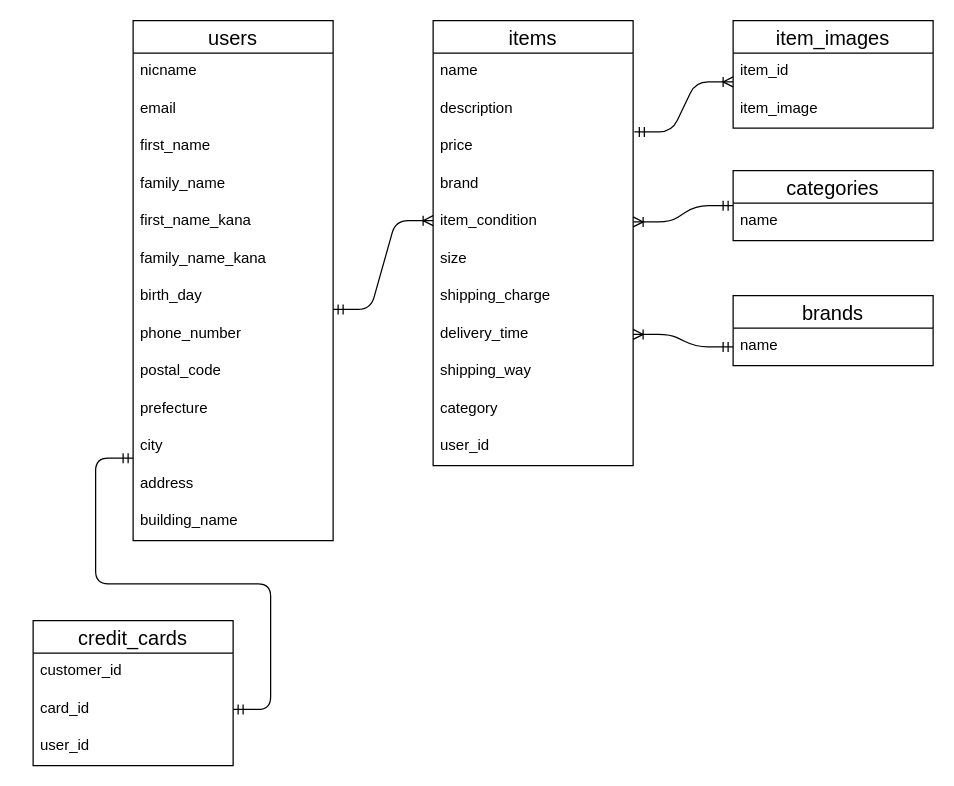
This is ER.dio from pipi-pino/furima-37840, a draw.io file, before an edit. Source tidied: cells renumbered, new cells numbered last; positions are measured from the earlier drawing's top-left corner, leaving out a move shared by most shapes. Both pictures are drawn from the tidied source at 125%, with x=0, y=0 at pixel (32, 20).
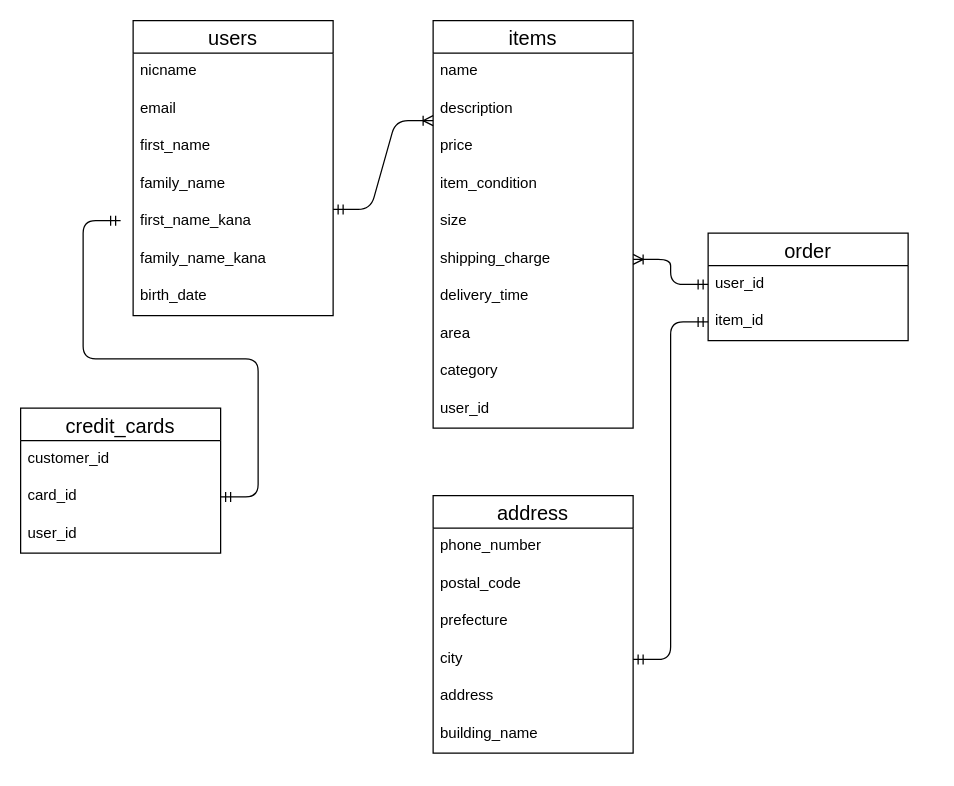
The same page after the edit.

Commit message (it also covers changes not shown here):
テーブルの追加・削除

Unchanged cells that the change refers to:
```xml
<mxCell id="21" value="price" style="text;strokeColor=none;fillColor=none;spacingLeft=4;spacingRight=4;overflow=hidden;points=[[0,0.5],[1,0.5]];portConstraint=eastwest;fontSize=12;" parent="18" vertex="1">
  <mxGeometry y="86" width="160" height="30" as="geometry" />
</mxCell>
<mxCell id="32" value="card_id" style="text;strokeColor=none;fillColor=none;spacingLeft=4;spacingRight=4;overflow=hidden;points=[[0,0.5],[1,0.5]];portConstraint=eastwest;fontSize=12;" parent="30" vertex="1">
  <mxGeometry y="56" width="160" height="30" as="geometry" />
</mxCell>
```

Change to the diagram source:
```diff
@@
     <mxCell id="2" style="edgeStyle=entityRelationEdgeStyle;fontSize=12;html=1;endArrow=ERmandOne;startArrow=ERmandOne;exitX=1;exitY=0.5;exitDx=0;exitDy=0;" parent="1" edge="1" source="32">
       <mxGeometry relative="1" as="geometry">
-        <mxPoint x="80" y="350" as="targetPoint" />
+        <mxPoint x="70" y="160" as="targetPoint" />
       </mxGeometry>
     </mxCell>
     <mxCell id="3" style="edgeStyle=entityRelationEdgeStyle;fontSize=12;html=1;endArrow=ERoneToMany;startArrow=ERmandOne;entryX=0;entryY=0.329;entryDx=0;entryDy=0;entryPerimeter=0;" parent="1" edge="1">
       <mxGeometry relative="1" as="geometry">
-        <mxPoint x="240" y="231" as="sourcePoint" />
-        <mxPoint x="320" y="160" as="targetPoint" />
+        <mxPoint x="240" y="151" as="sourcePoint" />
+        <mxPoint x="320" y="80" as="targetPoint" />
       </mxGeometry>
     </mxCell>
     <mxCell id="4" value="users" style="swimlane;fontStyle=0;horizontal=1;startSize=26;align=center;fontSize=16;" parent="1" vertex="1">
-      <mxGeometry x="80" width="160" height="416" as="geometry" />
+      <mxGeometry x="80" width="160" height="236" as="geometry" />
     </mxCell>
@@
-    <mxCell id="11" value="birth_day" style="text;strokeColor=none;fillColor=none;spacingLeft=4;spacingRight=4;overflow=hidden;fontSize=12;" parent="4" vertex="1">
+    <mxCell id="11" value="birth_date" style="text;strokeColor=none;fillColor=none;spacingLeft=4;spacingRight=4;overflow=hidden;fontSize=12;" parent="4" vertex="1">
       <mxGeometry y="206" width="160" height="30" as="geometry" />
     </mxCell>
-    <mxCell id="12" value="phone_number" style="text;strokeColor=none;fillColor=none;spacingLeft=4;spacingRight=4;overflow=hidden;fontSize=12;" parent="4" vertex="1">
-      <mxGeometry y="236" width="160" height="30" as="geometry" />
-    </mxCell>
-    <mxCell id="13" value="postal_code" style="text;strokeColor=none;fillColor=none;spacingLeft=4;spacingRight=4;overflow=hidden;fontSize=12;" parent="4" vertex="1">
-      <mxGeometry y="266" width="160" height="30" as="geometry" />
-    </mxCell>
-    <mxCell id="14" value="prefecture" style="text;strokeColor=none;fillColor=none;spacingLeft=4;spacingRight=4;overflow=hidden;fontSize=12;" parent="4" vertex="1">
-      <mxGeometry y="296" width="160" height="30" as="geometry" />
-    </mxCell>
-    <mxCell id="15" value="city" style="text;strokeColor=none;fillColor=none;spacingLeft=4;spacingRight=4;overflow=hidden;points=[[0,0.5],[1,0.5]];portConstraint=eastwest;fontSize=12;" parent="4" vertex="1">
-      <mxGeometry y="326" width="160" height="30" as="geometry" />
-    </mxCell>
-    <mxCell id="16" value="address" style="text;strokeColor=none;fillColor=none;spacingLeft=4;spacingRight=4;overflow=hidden;fontSize=12;" parent="4" vertex="1">
-      <mxGeometry y="356" width="160" height="30" as="geometry" />
-    </mxCell>
-    <mxCell id="17" value="building_name" style="text;strokeColor=none;fillColor=none;spacingLeft=4;spacingRight=4;overflow=hidden;fontSize=12;" parent="4" vertex="1">
-      <mxGeometry y="386" width="160" height="30" as="geometry" />
-    </mxCell>
     <mxCell id="18" value="items" style="swimlane;fontStyle=0;horizontal=1;startSize=26;align=center;fontSize=16;" parent="1" vertex="1">
-      <mxGeometry x="320" width="160" height="356" as="geometry" />
+      <mxGeometry x="320" width="160" height="326" as="geometry" />
     </mxCell>
@@
-    <mxCell id="22" value="brand" style="text;strokeColor=none;fillColor=none;spacingLeft=4;spacingRight=4;overflow=hidden;fontSize=12;" parent="18" vertex="1">
-      <mxGeometry y="116" width="160" height="30" as="geometry" />
-    </mxCell>
     <mxCell id="23" value="item_condition" style="text;strokeColor=none;fillColor=none;spacingLeft=4;spacingRight=4;overflow=hidden;points=[[0,0.5],[1,0.5]];portConstraint=eastwest;fontSize=12;" parent="18" vertex="1">
-      <mxGeometry y="146" width="160" height="30" as="geometry" />
+      <mxGeometry y="116" width="160" height="30" as="geometry" />
     </mxCell>
     <mxCell id="24" value="size" style="text;strokeColor=none;fillColor=none;spacingLeft=4;spacingRight=4;overflow=hidden;fontSize=12;" parent="18" vertex="1">
-      <mxGeometry y="176" width="160" height="30" as="geometry" />
+      <mxGeometry y="146" width="160" height="30" as="geometry" />
     </mxCell>
     <mxCell id="25" value="shipping_charge" style="text;strokeColor=none;fillColor=none;spacingLeft=4;spacingRight=4;overflow=hidden;points=[[0,0.5],[1,0.5]];portConstraint=eastwest;fontSize=12;" parent="18" vertex="1">
-      <mxGeometry y="206" width="160" height="30" as="geometry" />
+      <mxGeometry y="176" width="160" height="30" as="geometry" />
     </mxCell>
     <mxCell id="26" value="delivery_time" style="text;strokeColor=none;fillColor=none;spacingLeft=4;spacingRight=4;overflow=hidden;points=[[0,0.5],[1,0.5]];portConstraint=eastwest;fontSize=12;" parent="18" vertex="1">
-      <mxGeometry y="236" width="160" height="30" as="geometry" />
+      <mxGeometry y="206" width="160" height="30" as="geometry" />
     </mxCell>
-    <mxCell id="27" value="shipping_way" style="text;strokeColor=none;fillColor=none;spacingLeft=4;spacingRight=4;overflow=hidden;fontSize=12;" parent="18" vertex="1">
-      <mxGeometry y="266" width="160" height="30" as="geometry" />
+    <mxCell id="27" value="area" style="text;strokeColor=none;fillColor=none;spacingLeft=4;spacingRight=4;overflow=hidden;fontSize=12;" parent="18" vertex="1">
+      <mxGeometry y="236" width="160" height="30" as="geometry" />
     </mxCell>
     <mxCell id="28" value="category" style="text;strokeColor=none;fillColor=none;spacingLeft=4;spacingRight=4;overflow=hidden;fontSize=12;" parent="18" vertex="1">
-      <mxGeometry y="296" width="160" height="30" as="geometry" />
+      <mxGeometry y="266" width="160" height="30" as="geometry" />
     </mxCell>
     <mxCell id="29" value="user_id" style="text;strokeColor=none;fillColor=none;spacingLeft=4;spacingRight=4;overflow=hidden;fontSize=12;" parent="18" vertex="1">
-      <mxGeometry y="326" width="160" height="30" as="geometry" />
+      <mxGeometry y="296" width="160" height="30" as="geometry" />
     </mxCell>
     <mxCell id="30" value="credit_cards" style="swimlane;fontStyle=0;horizontal=1;startSize=26;align=center;fontSize=16;" parent="1" vertex="1">
-      <mxGeometry y="480" width="160" height="116" as="geometry" />
+      <mxGeometry x="-10" y="310" width="160" height="116" as="geometry" />
     </mxCell>
@@
-    <mxCell id="34" value="item_images" style="swimlane;fontStyle=0;horizontal=1;startSize=26;align=center;fontSize=16;" parent="1" vertex="1">
-      <mxGeometry x="560" width="160" height="86" as="geometry" />
-    </mxCell>
+    <mxCell id="43" value="order" style="swimlane;fontStyle=0;horizontal=1;startSize=26;align=center;fontSize=16;" parent="1" vertex="1">
+      <mxGeometry x="540" y="170" width="160" height="86" as="geometry" />
+    </mxCell>
+    <mxCell id="44" value="user_id" style="text;strokeColor=none;fillColor=none;spacingLeft=4;spacingRight=4;overflow=hidden;points=[[0,0.5],[1,0.5]];portConstraint=eastwest;fontSize=12;" parent="43" vertex="1">
+      <mxGeometry y="26" width="160" height="30" as="geometry" />
+    </mxCell>
-    <mxCell id="35" value="item_id" style="text;strokeColor=none;fillColor=none;spacingLeft=4;spacingRight=4;overflow=hidden;points=[[0,0.5],[1,0.5]];portConstraint=eastwest;fontSize=12;" parent="34" vertex="1">
-      <mxGeometry y="26" width="160" height="30" as="geometry" />
+    <mxCell id="35" value="item_id" style="text;strokeColor=none;fillColor=none;spacingLeft=4;spacingRight=4;overflow=hidden;points=[[0,0.5],[1,0.5]];portConstraint=eastwest;fontSize=12;" parent="43" vertex="1">
+      <mxGeometry y="56" width="160" height="30" as="geometry" />
     </mxCell>
-    <mxCell id="36" value="item_image" style="text;strokeColor=none;fillColor=none;spacingLeft=4;spacingRight=4;overflow=hidden;fontSize=12;" parent="34" vertex="1">
-      <mxGeometry y="56" width="160" height="30" as="geometry" />
-    </mxCell>
-    <mxCell id="37" value="categories" style="swimlane;fontStyle=0;horizontal=1;startSize=26;align=center;fontSize=16;" parent="1" vertex="1">
-      <mxGeometry x="560" y="120" width="160" height="56" as="geometry" />
-    </mxCell>
-    <mxCell id="38" value="name" style="text;strokeColor=none;fillColor=none;spacingLeft=4;spacingRight=4;overflow=hidden;fontSize=12;" parent="37" vertex="1">
-      <mxGeometry y="26" width="160" height="30" as="geometry" />
-    </mxCell>
-    <mxCell id="39" value="brands" style="swimlane;fontStyle=0;horizontal=1;startSize=26;align=center;fontSize=16;" parent="1" vertex="1">
-      <mxGeometry x="560" y="220" width="160" height="56" as="geometry" />
-    </mxCell>
-    <mxCell id="40" value="name" style="text;strokeColor=none;fillColor=none;spacingLeft=4;spacingRight=4;overflow=hidden;points=[[0,0.5],[1,0.5]];portConstraint=eastwest;fontSize=12;" parent="39" vertex="1">
-      <mxGeometry y="26" width="160" height="30" as="geometry" />
-    </mxCell>
-    <mxCell id="41" style="edgeStyle=entityRelationEdgeStyle;fontSize=12;html=1;endArrow=ERoneToMany;startArrow=ERmandOne;entryX=0;entryY=0.329;entryDx=0;entryDy=0;entryPerimeter=0;exitX=1.006;exitY=0.1;exitDx=0;exitDy=0;exitPerimeter=0;" parent="1" edge="1" source="21">
-      <mxGeometry relative="1" as="geometry">
-        <mxPoint x="560" y="49" as="targetPoint" />
-      </mxGeometry>
-    </mxCell>
-    <mxCell id="42" style="edgeStyle=entityRelationEdgeStyle;fontSize=12;html=1;endArrow=ERoneToMany;startArrow=ERmandOne;entryX=1;entryY=0.5;entryDx=0;entryDy=0;" parent="1" edge="1" source="37" target="23">
-      <mxGeometry relative="1" as="geometry" />
-    </mxCell>
-    <mxCell id="43" style="edgeStyle=entityRelationEdgeStyle;fontSize=12;html=1;endArrow=ERoneToMany;startArrow=ERmandOne;entryX=1;entryY=0.5;entryDx=0;entryDy=0;exitX=0;exitY=0.5;exitDx=0;exitDy=0;" parent="1" edge="1" source="40" target="26">
-      <mxGeometry relative="1" as="geometry" />
-    </mxCell>
+    <mxCell id="45" style="edgeStyle=entityRelationEdgeStyle;fontSize=12;html=1;endArrow=ERoneToMany;startArrow=ERmandOne;exitX=0;exitY=0.5;exitDx=0;exitDy=0;" parent="1" edge="1" source="44" target="25">
+      <mxGeometry relative="1" as="geometry" />
+    </mxCell>
+    <mxCell id="46" value="address" style="swimlane;fontStyle=0;horizontal=1;startSize=26;align=center;fontSize=16;" parent="1" vertex="1">
+      <mxGeometry x="320" y="380" width="160" height="206" as="geometry" />
+    </mxCell>
+    <mxCell id="12" value="phone_number" style="text;strokeColor=none;fillColor=none;spacingLeft=4;spacingRight=4;overflow=hidden;fontSize=12;" parent="46" vertex="1">
+      <mxGeometry y="26" width="160" height="30" as="geometry" />
+    </mxCell>
+    <mxCell id="13" value="postal_code" style="text;strokeColor=none;fillColor=none;spacingLeft=4;spacingRight=4;overflow=hidden;fontSize=12;" parent="46" vertex="1">
+      <mxGeometry y="56" width="160" height="30" as="geometry" />
+    </mxCell>
+    <mxCell id="14" value="prefecture" style="text;strokeColor=none;fillColor=none;spacingLeft=4;spacingRight=4;overflow=hidden;fontSize=12;" parent="46" vertex="1">
+      <mxGeometry y="86" width="160" height="30" as="geometry" />
+    </mxCell>
+    <mxCell id="15" value="city" style="text;strokeColor=none;fillColor=none;spacingLeft=4;spacingRight=4;overflow=hidden;points=[[0,0.5],[1,0.5]];portConstraint=eastwest;fontSize=12;" parent="46" vertex="1">
+      <mxGeometry y="116" width="160" height="30" as="geometry" />
+    </mxCell>
+    <mxCell id="16" value="address" style="text;strokeColor=none;fillColor=none;spacingLeft=4;spacingRight=4;overflow=hidden;fontSize=12;" parent="46" vertex="1">
+      <mxGeometry y="146" width="160" height="30" as="geometry" />
+    </mxCell>
+    <mxCell id="17" value="building_name" style="text;strokeColor=none;fillColor=none;spacingLeft=4;spacingRight=4;overflow=hidden;fontSize=12;" parent="46" vertex="1">
+      <mxGeometry y="176" width="160" height="30" as="geometry" />
+    </mxCell>
+    <mxCell id="47" style="edgeStyle=entityRelationEdgeStyle;fontSize=12;html=1;endArrow=ERmandOne;startArrow=ERmandOne;exitX=1;exitY=0.5;exitDx=0;exitDy=0;" parent="1" edge="1" source="15" target="35">
+      <mxGeometry relative="1" as="geometry" />
+    </mxCell>
```
